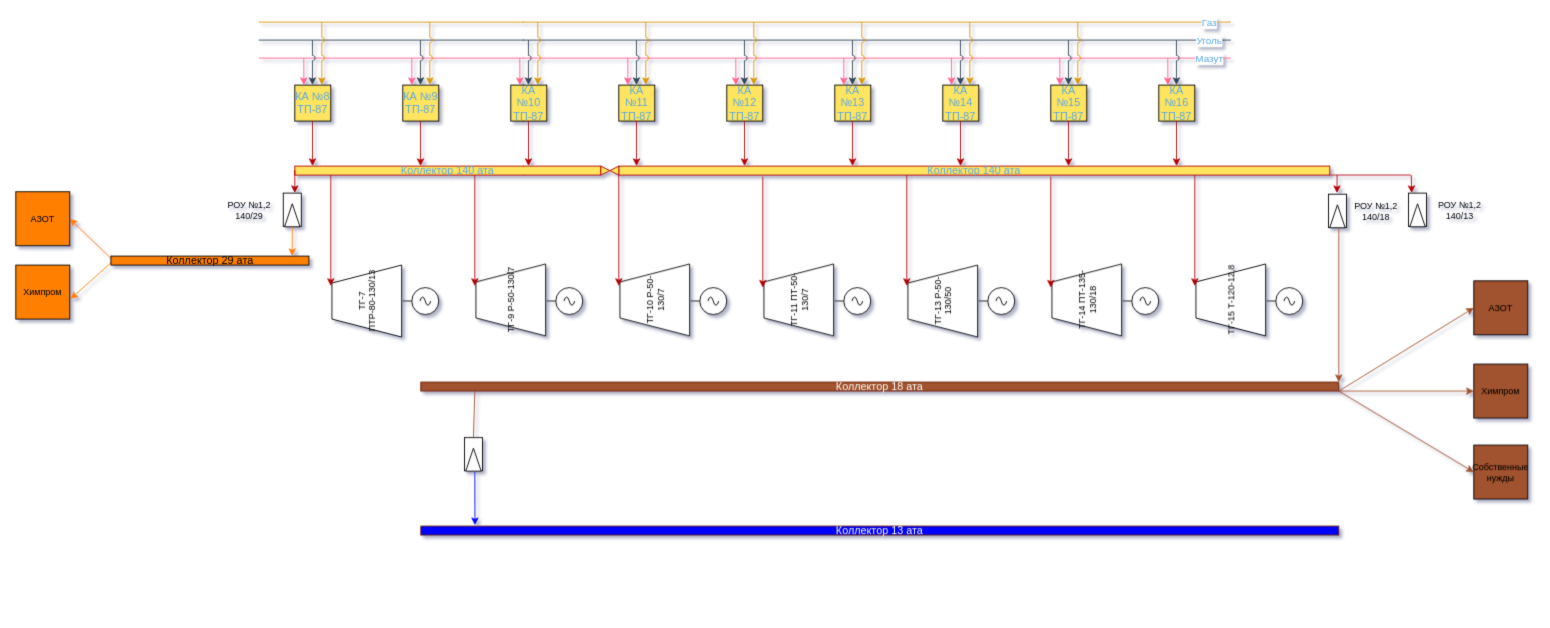
Above: Теплосеть_Кемерово.drawio in Butovo/Drow_io_tech (draw.io), before the change. Source tidied: cells renumbered, new cells numbered last; positions are measured from the earlier drawing's top-left corner, leaving out a move shared by most shapes. Both pictures are drawn from the tidied source at 90%, with x=0, y=0 at pixel (15, 22).
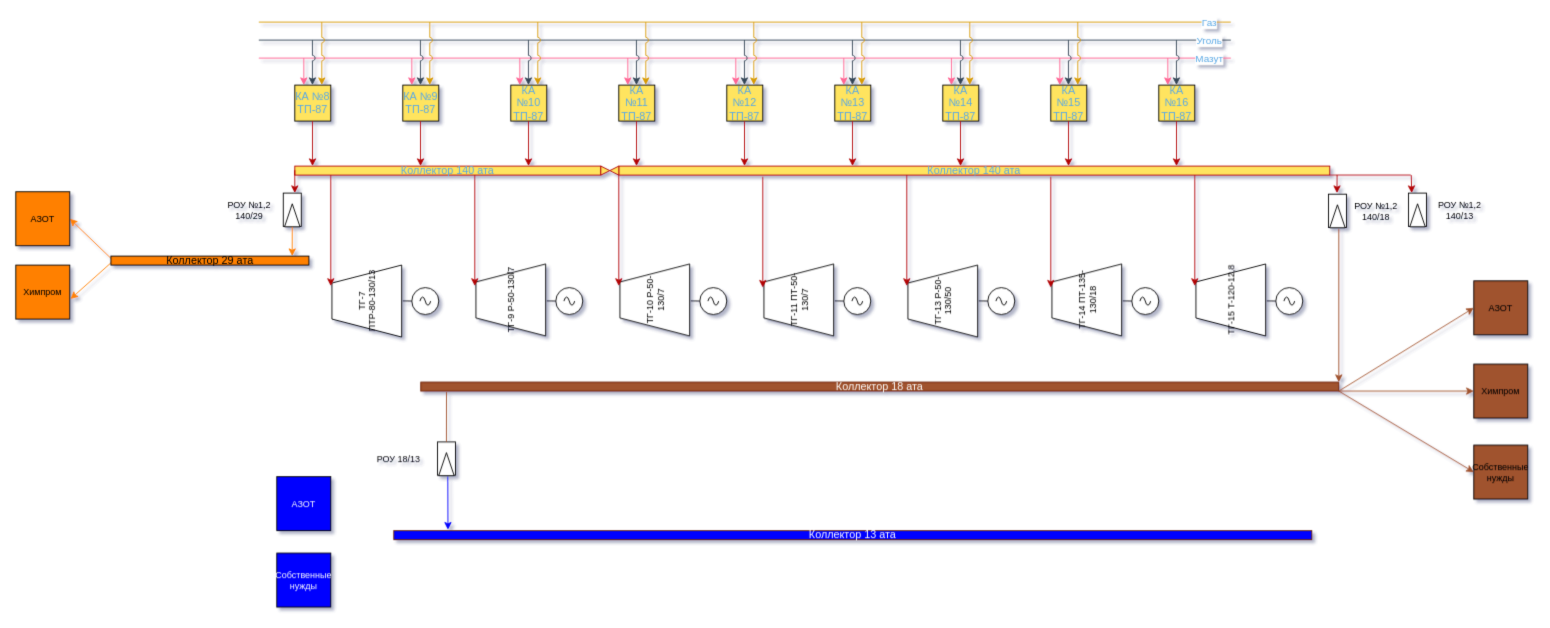
The same page after the edit.

Unchanged cells that the change refers to:
```xml
<mxCell id="103" value="Коллектор 18 ата" style="rounded=0;whiteSpace=wrap;html=1;strokeColor=#6D1F00;fillColor=#A0522D;fontColor=#ffffff;" parent="1" vertex="1">
  <mxGeometry x="450" y="400" width="1020" height="10" as="geometry" />
</mxCell>
```

What changed in the source:
```diff
@@
     <mxCell id="111" value="Коллектор 13 ата" style="rounded=0;whiteSpace=wrap;html=1;strokeColor=#6D1F00;fillColor=#0000FF;fontColor=#ffffff;" parent="1" vertex="1">
-      <mxGeometry x="450" y="560" width="1020" height="10" as="geometry" />
+      <mxGeometry x="420" y="565" width="1020" height="10" as="geometry" />
     </mxCell>
     <mxCell id="112" style="rounded=0;whiteSpace=wrap;html=1;strokeColor=#000000;fontColor=#5AA9E6;fillColor=#FFFFFF;rotation=-90;" parent="1" vertex="1">
-      <mxGeometry x="490" y="470" width="37" height="20" as="geometry" />
+      <mxGeometry x="460" y="475" width="37" height="20" as="geometry" />
     </mxCell>
     <mxCell id="113" style="triangle;whiteSpace=wrap;html=1;strokeColor=#000000;fontColor=#5AA9E6;fillColor=#FFFFFF;rotation=-90;" parent="1" vertex="1">
-      <mxGeometry x="495.7" y="477.6" width="25.6" height="17.2" as="geometry" />
+      <mxGeometry x="465.7" y="482.6" width="25.6" height="17.2" as="geometry" />
     </mxCell>
-    <mxCell id="114" style="endArrow=none;html=1;rounded=0;exitX=1;exitY=0.5;exitDx=0;exitDy=0;strokeColor=#A0522D;" parent="1" edge="1" source="112">
-      <mxGeometry relative="1" as="geometry">
-        <mxPoint x="510" y="410" as="targetPoint" />
-      </mxGeometry>
+    <mxCell id="114" style="endArrow=none;html=1;rounded=0;exitX=1;exitY=0.5;exitDx=0;exitDy=0;strokeColor=#A0522D;entryX=0.028;entryY=1.108;entryDx=0;entryDy=0;entryPerimeter=0;" parent="1" edge="1" source="112" target="103">
+      <mxGeometry relative="1" as="geometry" />
     </mxCell>
     <mxCell id="115" style="endArrow=classic;html=1;rounded=0;strokeColor=#0000FF;entryX=0.059;entryY=-0.1;entryDx=0;entryDy=0;entryPerimeter=0;" parent="1" edge="1" target="111">
       <mxGeometry relative="1" as="geometry">
-        <mxPoint x="510" y="500" as="sourcePoint" />
+        <mxPoint x="480" y="505" as="sourcePoint" />
       </mxGeometry>
     </mxCell>
+    <mxCell id="116" value="РОУ 18/13" style="text;html=1;align=center;verticalAlign=middle;strokeColor=none;fillColor=none;fontColor=#000000;fontSize=10;" parent="1" vertex="1">
+      <mxGeometry x="390" y="470" width="70" height="30" as="geometry" />
+    </mxCell>
+    <mxCell id="117" value="Собственные нужды" style="html=1;strokeColor=#000000;fontSize=10;fontColor=#FFFFFF;fillColor=#0000FF;whiteSpace=wrap;" parent="1" vertex="1">
+      <mxGeometry x="290" y="590" width="60" height="60" as="geometry" />
+    </mxCell>
+    <mxCell id="118" value="АЗОТ" style="html=1;strokeColor=#000000;fontSize=10;fontColor=#FFFFFF;fillColor=#0000FF;whiteSpace=wrap;" parent="1" vertex="1">
+      <mxGeometry x="290" y="505" width="60" height="60" as="geometry" />
+    </mxCell>
```
